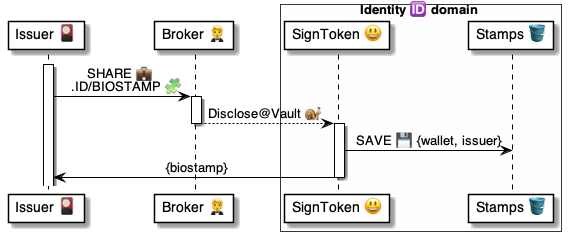
This is 4 ⚙️ Solution/50 🫥 Agent domains/Identities 🆔/🆔😃 Identity talkers/Biostamp 🎫 disclose/🆔 Biostamp ⚙️ uml.png from pollyweb-org/pollyweb-docs, a PlantUML export, as it was before one commit. Its source is kept beside it as 4 ⚙️ Solution/50 🫥 Agent domains/Identities 🆔/🆔😃 Identity talkers/Biostamp 🎫 disclose/🆔 Biostamp ⚙️ uml.puml.
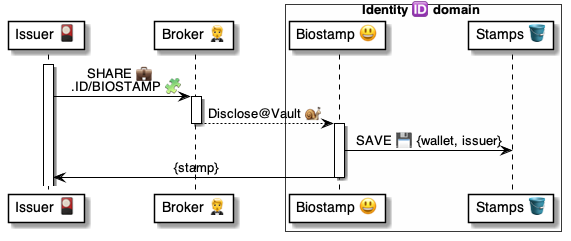
After the change.

Diff of the diagram source:
```diff
@@ -3,7 +3,7 @@
 participant "Issuer 🎴" as issuer
 participant "Broker 🤵" as broker
 box Identity 🆔 domain #FFFFFA
-    participant "SignToken 😃" as script
+    participant "Biostamp 😃" as script
     participant "Stamps 🪣" as tokens
 end box
 
@@ -17,7 +17,7 @@
 
 activate script
     script -> tokens: SAVE 💾 {wallet, issuer}
-    script -> issuer: {biostamp}
+    script -> issuer: {stamp}
 deactivate script
 
 
```
